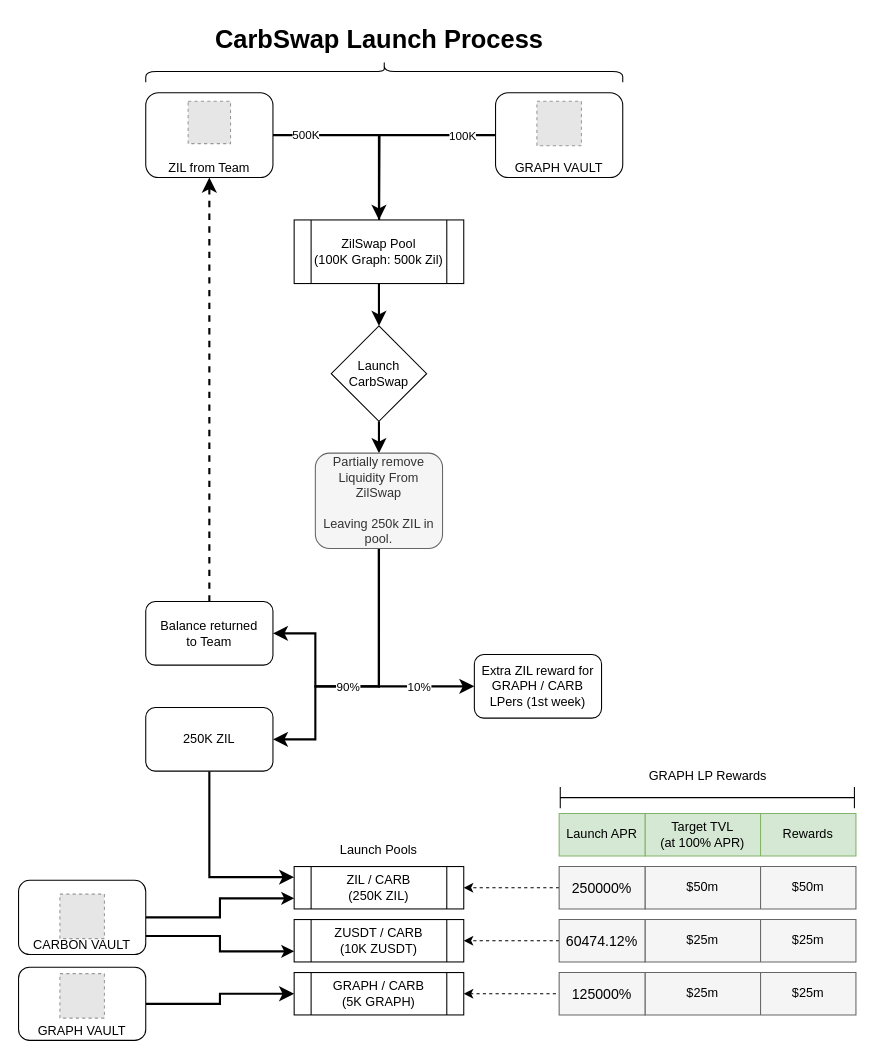
Above: carbswapflow.drawio in Carbon-Labs/Diagrams (draw.io), before the change. Source tidied: cells renumbered, new cells numbered last; positions are measured from the earlier drawing's top-left corner, leaving out a move shared by most shapes. Both pictures are drawn from the tidied source at 106%, with x=0, y=0 at pixel (18, -167). Pictures stored in the file or linked from it are replaced by grey dashed boxes.
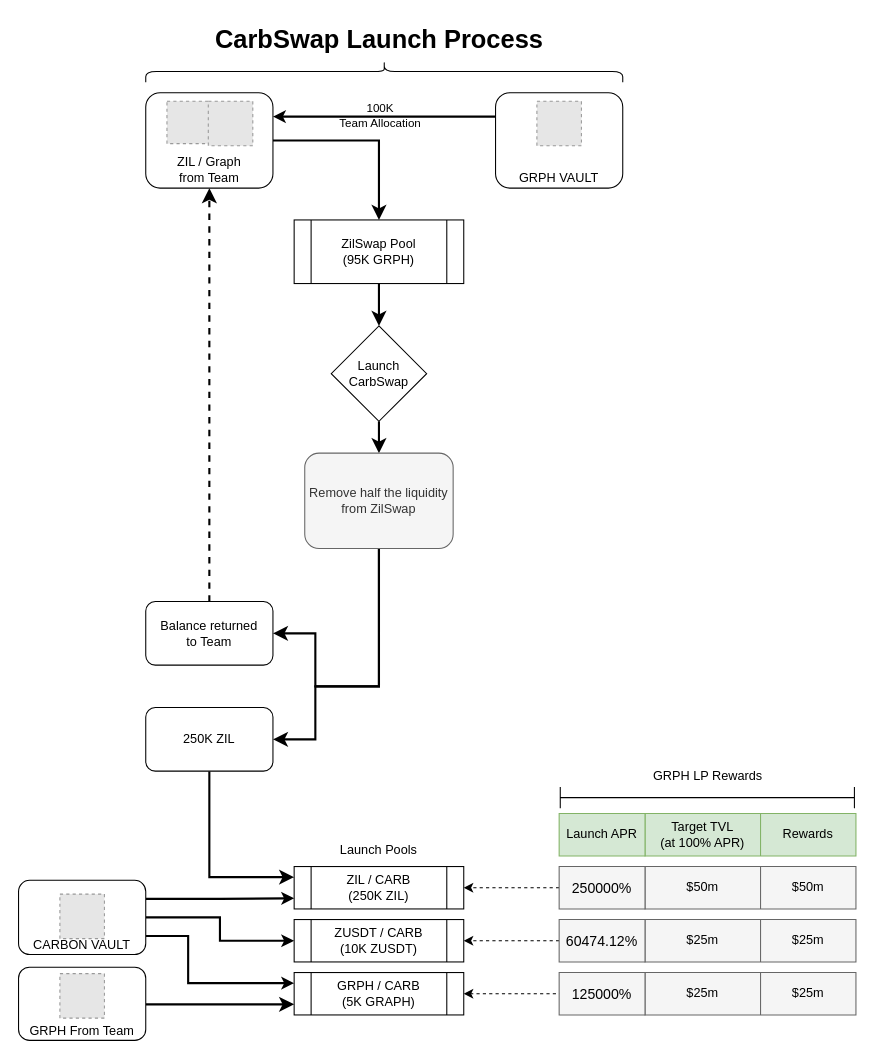
The same diagram, later.

Unchanged cells that the change refers to:
```xml
<mxCell id="5" style="edgeStyle=orthogonalEdgeStyle;rounded=0;jettySize=auto;html=1;exitX=1;exitY=0.5;exitDx=0;exitDy=0;endArrow=classic;endFill=1;endSize=8;entryX=0.5;entryY=0;entryDx=0;entryDy=0;strokeWidth=2;" parent="1" edge="1" source="7" target="9">
  <mxGeometry relative="1" as="geometry" />
</mxCell>
<mxCell id="17" style="edgeStyle=orthogonalEdgeStyle;rounded=0;jettySize=auto;html=1;exitX=0.5;exitY=1;exitDx=0;exitDy=0;entryX=1;entryY=0.5;entryDx=0;entryDy=0;endArrow=classic;endFill=1;endSize=8;strokeWidth=2;" parent="1" edge="1" source="19" target="24">
  <mxGeometry relative="1" as="geometry">
    <Array as="points">
      <mxPoint x="340" y="805" />
      <mxPoint x="280" y="805" />
      <mxPoint x="280" y="855" />
    </Array>
  </mxGeometry>
</mxCell>
<mxCell id="22" value="Balance returned&lt;br&gt;to Team" style="rounded=1;whiteSpace=wrap;html=1;verticalAlign=middle;" parent="1" vertex="1">
  <mxGeometry x="120" y="725" width="120" height="60" as="geometry" />
</mxCell>
<mxCell id="25" value="ZIL / CARB&lt;br&gt;(250K ZIL)" style="shape=process;whiteSpace=wrap;html=1;backgroundOutline=1;" parent="1" vertex="1">
  <mxGeometry x="260" y="975" width="160" height="40" as="geometry" />
</mxCell>
<mxCell id="26" value="ZUSDT / CARB&lt;br&gt;(10K ZUSDT)" style="shape=process;whiteSpace=wrap;html=1;backgroundOutline=1;" parent="1" vertex="1">
  <mxGeometry x="260" y="1025" width="160" height="40" as="geometry" />
</mxCell>
<mxCell id="31" value="CARBON VAULT" style="rounded=1;whiteSpace=wrap;html=1;fontSize=12;glass=0;strokeWidth=1;shadow=0;verticalAlign=bottom;" parent="1" vertex="1">
  <mxGeometry y="988" width="120" height="70" as="geometry" />
</mxCell>
```

The edit, as a diff of the source:
```diff
@@
-    <mxCell id="2" style="rounded=0;html=1;jettySize=auto;fontSize=11;endArrow=block;endFill=0;endSize=8;strokeWidth=2;shadow=0;labelBackgroundColor=none;edgeStyle=orthogonalEdgeStyle;" parent="1" edge="1" source="4">
-      <mxGeometry relative="1" as="geometry">
-        <mxPoint x="340" y="395" as="targetPoint" />
-      </mxGeometry>
-    </mxCell>
-    <mxCell id="3" value="100K" style="edgeLabel;html=1;align=center;verticalAlign=middle;" parent="2" vertex="1">
-      <mxGeometry x="-0.71" relative="1" as="geometry" />
-    </mxCell>
+    <mxCell id="75" style="edgeStyle=orthogonalEdgeStyle;rounded=0;jettySize=auto;html=1;exitX=0;exitY=0.25;exitDx=0;exitDy=0;entryX=1;entryY=0.25;entryDx=0;entryDy=0;strokeWidth=2;" parent="1" edge="1" source="4" target="7">
+      <mxGeometry relative="1" as="geometry" />
+    </mxCell>
+    <mxCell id="76" value="100K &lt;br&gt;Team Allocation" style="edgeLabel;html=1;align=center;verticalAlign=middle;labelBackgroundColor=none;" parent="75" vertex="1">
+      <mxGeometry x="0.1" y="-2" relative="1" as="geometry">
+        <mxPoint x="6" y="1" as="offset" />
+      </mxGeometry>
+    </mxCell>
-    <mxCell id="4" value="GRAPH VAULT&lt;br&gt;" style="rounded=1;whiteSpace=wrap;html=1;fontSize=12;glass=0;strokeWidth=1;shadow=0;verticalAlign=bottom;" parent="1" vertex="1">
-      <mxGeometry x="450" y="245" width="120" height="80" as="geometry" />
+    <mxCell id="4" value="GRPH VAULT" style="rounded=1;whiteSpace=wrap;html=1;fontSize=12;glass=0;strokeWidth=1;shadow=0;verticalAlign=bottom;" parent="1" vertex="1">
+      <mxGeometry x="450" y="245" width="120" height="90" as="geometry" />
     </mxCell>
@@
-    <mxCell id="6" value="500K" style="edgeLabel;html=1;align=center;verticalAlign=middle;" parent="5" vertex="1">
-      <mxGeometry x="-0.67" y="1" relative="1" as="geometry" />
-    </mxCell>
-    <mxCell id="7" value="ZIL from Team" style="rounded=1;whiteSpace=wrap;html=1;fontSize=12;glass=0;strokeWidth=1;shadow=0;verticalAlign=bottom;" parent="1" vertex="1">
-      <mxGeometry x="120" y="245" width="120" height="80" as="geometry" />
+    <mxCell id="7" value="ZIL / Graph &lt;br&gt;from Team" style="rounded=1;whiteSpace=wrap;html=1;fontSize=12;glass=0;strokeWidth=1;shadow=0;verticalAlign=bottom;" parent="1" vertex="1">
+      <mxGeometry x="120" y="245" width="120" height="90" as="geometry" />
     </mxCell>
@@
-    <mxCell id="9" value="ZilSwap Pool&lt;br&gt;(100K Graph: 500k Zil)" style="shape=process;whiteSpace=wrap;html=1;backgroundOutline=1;" parent="1" vertex="1">
+    <mxCell id="9" value="ZilSwap Pool&lt;br&gt;(95K GRPH)" style="shape=process;whiteSpace=wrap;html=1;backgroundOutline=1;" parent="1" vertex="1">
       <mxGeometry x="260" y="365" width="160" height="60" as="geometry" />
     </mxCell>
@@
     <mxCell id="11" style="fillColor=#E6E6E6;strokeColor=#999999;dashed=1;verticalLabelPosition=bottom;labelBackgroundColor=#ffffff;verticalAlign=top;" parent="1" vertex="1">
-      <mxGeometry x="160" y="253" width="40" height="40" as="geometry" />
+      <mxGeometry x="140" y="253" width="40" height="40" as="geometry" />
     </mxCell>
@@
-    <mxCell id="14" style="edgeStyle=orthogonalEdgeStyle;rounded=0;jettySize=auto;html=1;exitX=0.5;exitY=1;exitDx=0;exitDy=0;entryX=0;entryY=0.5;entryDx=0;entryDy=0;endArrow=classic;endFill=1;endSize=8;strokeWidth=2;" parent="1" edge="1" source="19" target="20">
-      <mxGeometry relative="1" as="geometry" />
-    </mxCell>
-    <mxCell id="15" value="10%" style="edgeLabel;html=1;align=center;verticalAlign=middle;" parent="14" vertex="1">
-      <mxGeometry x="0.39" y="-3" relative="1" as="geometry">
-        <mxPoint x="14" y="-3" as="offset" />
-      </mxGeometry>
-    </mxCell>
@@
-    <mxCell id="18" value="90%" style="edgeLabel;html=1;align=center;verticalAlign=middle;" parent="17" vertex="1">
-      <mxGeometry x="0.14" relative="1" as="geometry" />
-    </mxCell>
-    <mxCell id="19" value="Partially remove Liquidity From ZilSwap&lt;br&gt;&lt;br&gt;Leaving 250k ZIL in pool." style="rounded=1;whiteSpace=wrap;html=1;verticalAlign=middle;fillColor=#f5f5f5;fontColor=#333333;strokeColor=#666666;" parent="1" vertex="1">
-      <mxGeometry x="280" y="585" width="120" height="90" as="geometry" />
+    <mxCell id="19" value="Remove half the liquidity&lt;br&gt;from ZilSwap" style="rounded=1;whiteSpace=wrap;html=1;verticalAlign=middle;fillColor=#f5f5f5;fontColor=#333333;strokeColor=#666666;" parent="1" vertex="1">
+      <mxGeometry x="270" y="585" width="140" height="90" as="geometry" />
     </mxCell>
-    <mxCell id="20" value="Extra ZIL reward for GRAPH / CARB&lt;br&gt;LPers (1st week)" style="rounded=1;whiteSpace=wrap;html=1;verticalAlign=middle;" parent="1" vertex="1">
-      <mxGeometry x="430" y="775" width="120" height="60" as="geometry" />
-    </mxCell>
-    <mxCell id="21" style="edgeStyle=orthogonalEdgeStyle;rounded=0;jettySize=auto;html=1;exitX=0.5;exitY=0;exitDx=0;exitDy=0;entryX=0.5;entryY=1;entryDx=0;entryDy=0;endArrow=classic;endFill=1;endSize=8;strokeWidth=2;dashed=1;" parent="1" edge="1" source="22" target="7">
+    <mxCell id="21" style="edgeStyle=orthogonalEdgeStyle;rounded=0;jettySize=auto;html=1;exitX=0.5;exitY=0;exitDx=0;exitDy=0;endArrow=classic;endFill=1;endSize=8;strokeWidth=2;dashed=1;entryX=0.5;entryY=1;entryDx=0;entryDy=0;" parent="1" edge="1" source="22" target="7">
       <mxGeometry relative="1" as="geometry">
         <Array as="points">
-          <mxPoint x="180" y="325" />
+          <mxPoint x="180" y="345" />
+          <mxPoint x="180" y="345" />
         </Array>
       </mxGeometry>
     </mxCell>
@@
-    <mxCell id="27" value="GRAPH / CARB&lt;br&gt;(5K GRAPH)" style="shape=process;whiteSpace=wrap;html=1;backgroundOutline=1;" parent="1" vertex="1">
+    <mxCell id="27" value="GRPH / CARB&lt;br&gt;(5K GRAPH)" style="shape=process;whiteSpace=wrap;html=1;backgroundOutline=1;" parent="1" vertex="1">
       <mxGeometry x="260" y="1075" width="160" height="40" as="geometry" />
     </mxCell>
@@
-    <mxCell id="29" style="edgeStyle=orthogonalEdgeStyle;rounded=0;jettySize=auto;html=1;exitX=1;exitY=0.5;exitDx=0;exitDy=0;entryX=0;entryY=0.75;entryDx=0;entryDy=0;strokeWidth=2;" parent="1" edge="1" source="31" target="25">
+    <mxCell id="29" style="edgeStyle=orthogonalEdgeStyle;rounded=0;jettySize=auto;html=1;exitX=1;exitY=0.25;exitDx=0;exitDy=0;entryX=0;entryY=0.75;entryDx=0;entryDy=0;strokeWidth=2;" parent="1" edge="1" source="31" target="25">
       <mxGeometry relative="1" as="geometry" />
     </mxCell>
-    <mxCell id="30" style="edgeStyle=orthogonalEdgeStyle;rounded=0;jettySize=auto;html=1;exitX=1;exitY=0.75;exitDx=0;exitDy=0;entryX=0;entryY=0.75;entryDx=0;entryDy=0;strokeWidth=2;" parent="1" edge="1" source="31" target="26">
+    <mxCell id="30" style="edgeStyle=orthogonalEdgeStyle;rounded=0;jettySize=auto;html=1;exitX=1;exitY=0.5;exitDx=0;exitDy=0;entryX=0;entryY=0.5;entryDx=0;entryDy=0;strokeWidth=2;" parent="1" edge="1" source="31" target="26">
       <mxGeometry relative="1" as="geometry" />
     </mxCell>
+    <mxCell id="77" style="edgeStyle=orthogonalEdgeStyle;rounded=0;jettySize=auto;html=1;exitX=1;exitY=0.75;exitDx=0;exitDy=0;entryX=0;entryY=0.25;entryDx=0;entryDy=0;strokeColor=default;strokeWidth=2;" parent="1" edge="1" source="31" target="27">
+      <mxGeometry relative="1" as="geometry">
+        <Array as="points">
+          <mxPoint x="160" y="1041" />
+          <mxPoint x="160" y="1085" />
+        </Array>
+      </mxGeometry>
+    </mxCell>
@@
-    <mxCell id="33" style="edgeStyle=orthogonalEdgeStyle;rounded=0;jettySize=auto;html=1;exitX=1;exitY=0.5;exitDx=0;exitDy=0;entryX=0;entryY=0.5;entryDx=0;entryDy=0;endArrow=classic;endFill=1;endSize=8;strokeWidth=2;" parent="1" edge="1" source="34" target="27">
-      <mxGeometry relative="1" as="geometry" />
+    <mxCell id="33" style="edgeStyle=orthogonalEdgeStyle;rounded=0;jettySize=auto;html=1;exitX=1;exitY=0.5;exitDx=0;exitDy=0;endArrow=classic;endFill=1;endSize=8;strokeWidth=2;" parent="1" edge="1" source="34">
+      <mxGeometry relative="1" as="geometry">
+        <mxPoint x="260" y="1105" as="targetPoint" />
+        <Array as="points">
+          <mxPoint x="260" y="1105" />
+        </Array>
+      </mxGeometry>
     </mxCell>
-    <mxCell id="34" value="GRAPH VAULT" style="rounded=1;whiteSpace=wrap;html=1;fontSize=12;glass=0;strokeWidth=1;shadow=0;verticalAlign=bottom;" parent="1" vertex="1">
+    <mxCell id="34" value="GRPH From Team" style="rounded=1;whiteSpace=wrap;html=1;fontSize=12;glass=0;strokeWidth=1;shadow=0;verticalAlign=bottom;" parent="1" vertex="1">
       <mxGeometry y="1070" width="120" height="69" as="geometry" />
     </mxCell>
@@
-    <mxCell id="58" value="GRAPH LP Rewards" style="text;html=1;strokeColor=none;fillColor=none;align=center;verticalAlign=middle;whiteSpace=wrap;rounded=0;shadow=0;rotation=0;" parent="1" vertex="1">
+    <mxCell id="58" value="GRPH LP Rewards" style="text;html=1;strokeColor=none;fillColor=none;align=center;verticalAlign=middle;whiteSpace=wrap;rounded=0;shadow=0;rotation=0;" parent="1" vertex="1">
       <mxGeometry x="578.5" y="875" width="142.5" height="30" as="geometry" />
     </mxCell>
@@
+    <mxCell id="78" style="fillColor=#E6E6E6;strokeColor=#999999;dashed=1;verticalLabelPosition=bottom;labelBackgroundColor=#ffffff;verticalAlign=top;" parent="1" vertex="1">
+      <mxGeometry x="179" y="253" width="42" height="42" as="geometry" />
+    </mxCell>
```
